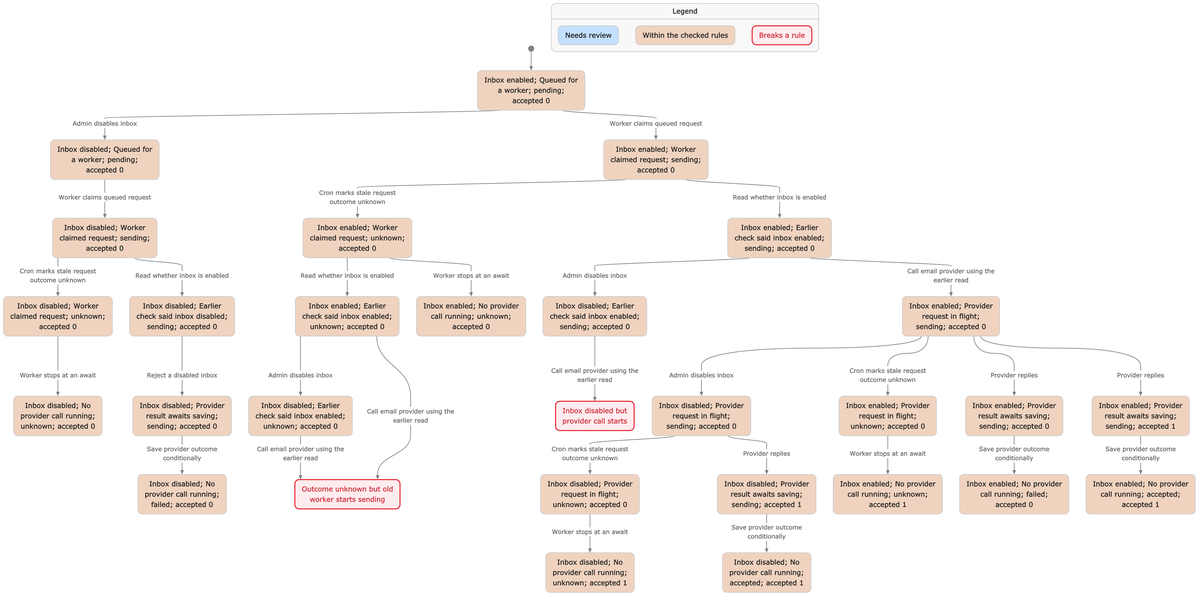
Above: verification/outbound/evidence/chart.png in upamune/agentpost (Mermaid), before the change. Its source is kept beside it as verification/outbound/evidence/chart.mmd.
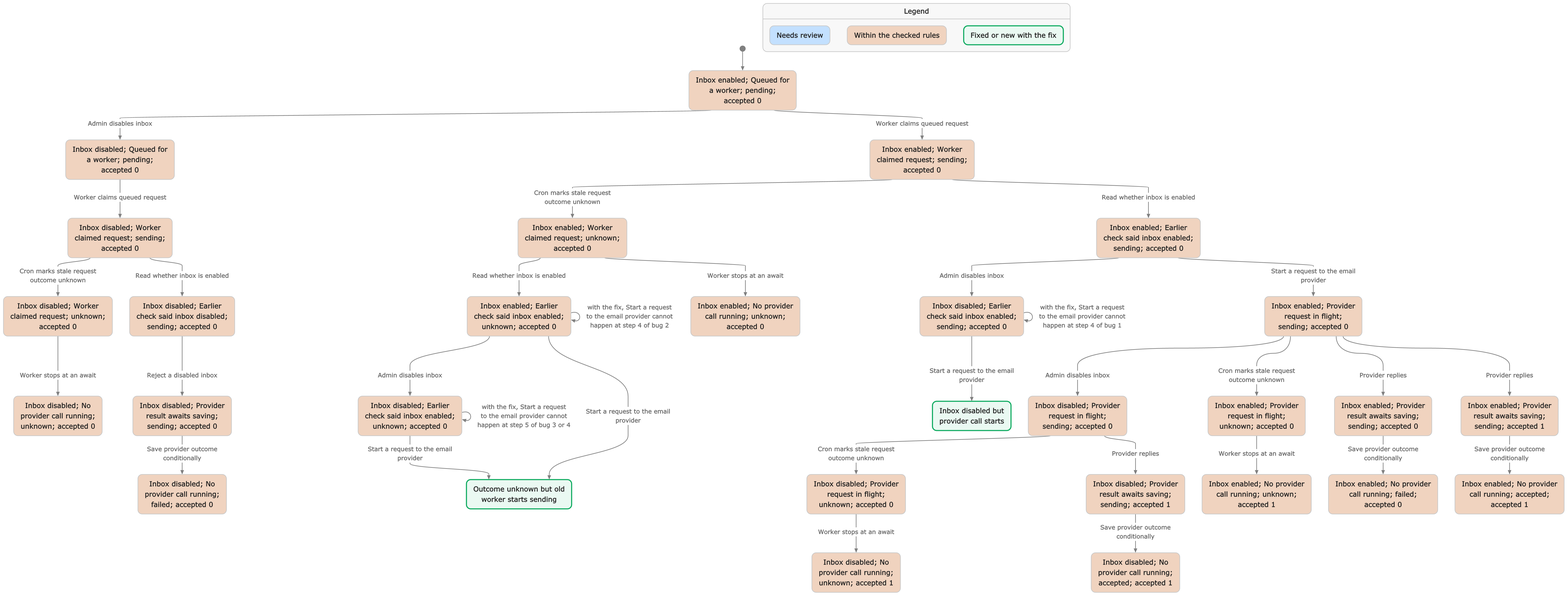
Later version of the same file.

What changed in the source:
```diff
@@ -5,18 +5,18 @@
     useMaxWidth: false
 ---
 stateDiagram-v2
-  classDef plainWrong fill:#f4f6f7,stroke:#c0392b,stroke-width:4px,color:#7b241c
+  classDef plainFixed fill:#f4f6f7,stroke:#1e8449,stroke-width:4px,color:#145a32
   classDef group0 fill:#d6eaf8,stroke:#6b757c,color:#1b2631
-  classDef group0Wrong fill:#d6eaf8,stroke:#c0392b,stroke-width:4px,color:#7b241c
+  classDef group0Fixed fill:#d6eaf8,stroke:#1e8449,stroke-width:4px,color:#145a32
   classDef group1 fill:#fdebd0,stroke:#7f7668,color:#1b2631
   state "Legend" as legend {
     state "Needs review" as legendGroup0
     state "Within the checked rules" as legendGroup1
-    state "Breaks a rule" as legendWrong
+    state "Fixed or new with the fix" as legendFixed
   }
   class legendGroup0 group0
   class legendGroup1 group1
-  class legendWrong plainWrong
+  class legendFixed plainFixed
   state "Inbox disabled but<br/>provider call starts" as s0
   state "Inbox disabled; Earlier<br/>check said inbox disabled;<br/>sending; accepted 0" as s1
   state "Inbox disabled; Earlier<br/>check said inbox enabled;<br/>sending; accepted 0" as s2
@@ -57,18 +57,18 @@
   s27 --> s16 : Read whether inbox is enabled
   s27 --> s19 : Worker stops at an await
   s15 --> s2 : Admin disables inbox
-  s15 --> s21 : Call email provider using the<br/>earlier read
+  s15 --> s21 : Start a request to the email<br/>provider
   s14 --> s6 : Worker stops at an await
   s1 --> s10 : Reject a disabled inbox
   s16 --> s3 : Admin disables inbox
-  s16 --> s28 : Call email provider using the<br/>earlier read
-  s2 --> s0 : Call email provider using the<br/>earlier read
+  s16 --> s28 : Start a request to the email<br/>provider
+  s2 --> s0 : Start a request to the email<br/>provider
   s21 --> s8 : Admin disables inbox
   s21 --> s22 : Cron marks stale request<br/>outcome unknown
   s21 --> s23 : Provider replies
   s21 --> s24 : Provider replies
   s10 --> s5 : Save provider outcome<br/>conditionally
-  s3 --> s28 : Call email provider using the<br/>earlier read
+  s3 --> s28 : Start a request to the email<br/>provider
   s8 --> s9 : Cron marks stale request<br/>outcome unknown
   s8 --> s11 : Provider replies
   s22 --> s20 : Worker stops at an await
@@ -76,7 +76,10 @@
   s24 --> s17 : Save provider outcome<br/>conditionally
   s9 --> s7 : Worker stops at an await
   s11 --> s4 : Save provider outcome<br/>conditionally
-  class s0 group0Wrong
+  s2 --> s2 : with the fix, Start a request<br/>to the email provider cannot<br/>happen at step 4 of bug 1
+  s16 --> s16 : with the fix, Start a request<br/>to the email provider cannot<br/>happen at step 4 of bug 2
+  s3 --> s3 : with the fix, Start a request<br/>to the email provider cannot<br/>happen at step 5 of bug 3 or 4
+  class s0 group0Fixed
   class s1 group1
   class s2 group1
   class s3 group1
@@ -104,4 +107,4 @@
   class s25 group1
   class s26 group1
   class s27 group1
-  class s28 group0Wrong
+  class s28 group0Fixed
```
